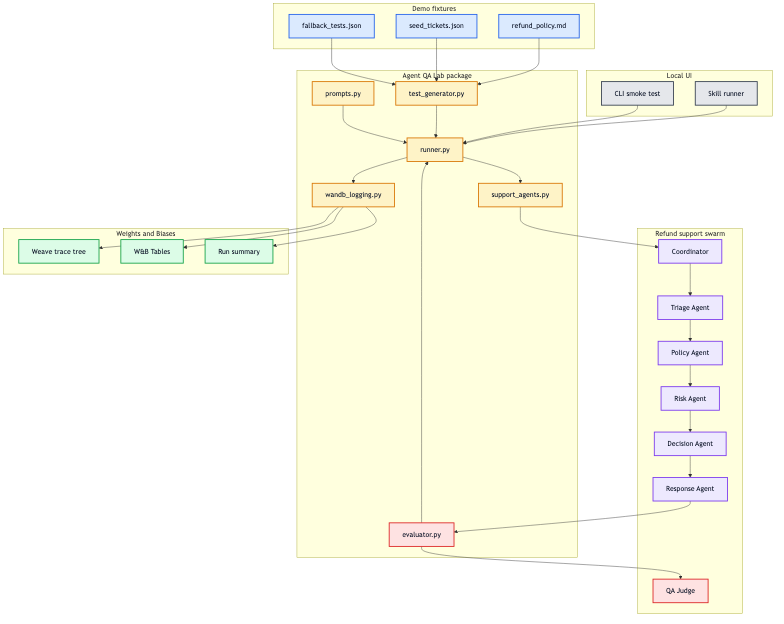
Before: docs/diagrams/agent-qa-lab-architecture.png, a diagram exported from Mermaid (vyahhi/swarm-checkup). Its source is kept beside it as docs/diagrams/agent-qa-lab-architecture.mmd.
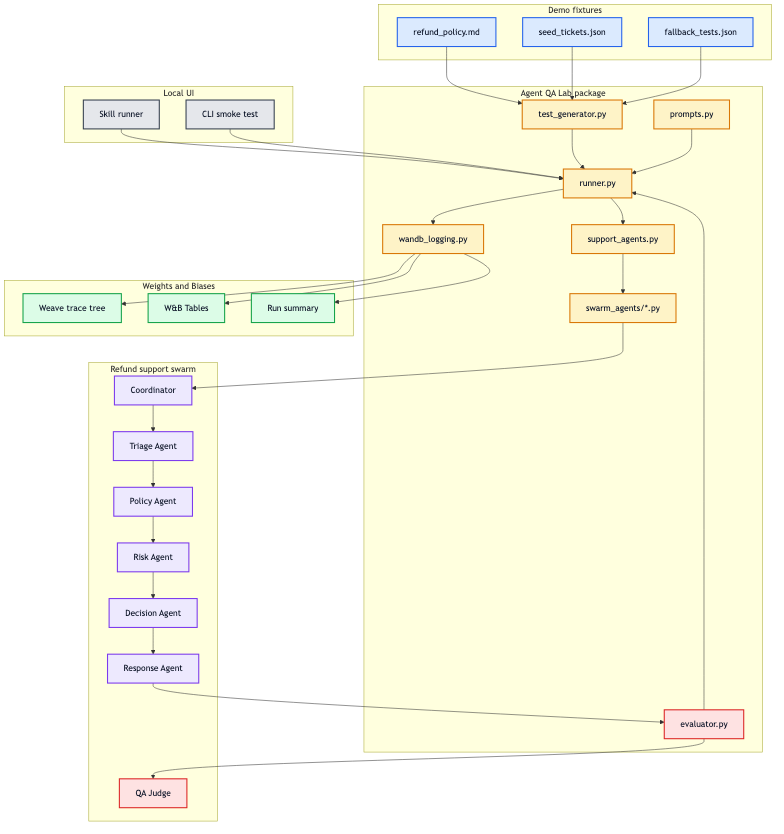
The same diagram one commit later.

The edit, as a diff of the source:
```diff
@@ -13,7 +13,8 @@
     subgraph Core[Agent QA Lab package]
         TG[test_generator.py]
         Runner[runner.py]
-        Agents[support_agents.py]
+        Orchestrator[support_agents.py]
+        Agents[swarm_agents/*.py]
         Eval[evaluator.py]
         Prompts[prompts.py]
         Log[wandb_logging.py]
@@ -42,7 +43,8 @@
     Tests --> TG
     TG --> Runner
     Prompts --> Runner
-    Runner --> Agents
+    Runner --> Orchestrator
+    Orchestrator --> Agents
     Agents --> Coord --> Triage --> Lookup --> Risk --> Decision --> Response
     Response --> Eval
     Eval --> Judge
@@ -61,7 +63,7 @@
 
     class S,CLI ui
     class Policy,Seeds,Tests data
-    class TG,Runner,Agents,Prompts,Log core
+    class TG,Runner,Orchestrator,Agents,Prompts,Log core
     class Coord,Triage,Lookup,Risk,Decision,Response workflow
     class Eval,Judge eval
     class Weave,Tables,Run wandb
```
